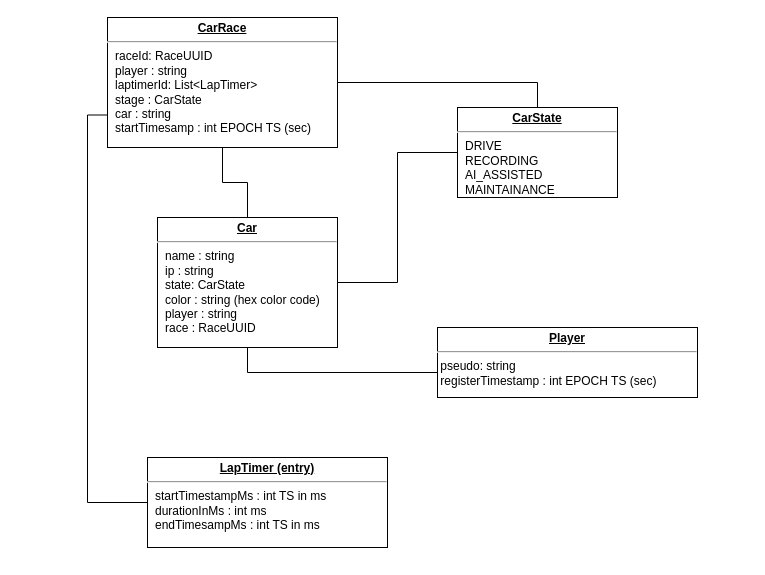
The draw.io diagram doc/donkeycarManager/DataStructure.drawio in mdl29/donkeycarLPH, before the edit. Source tidied: cells renumbered, new cells numbered last; positions are measured from the earlier drawing's top-left corner, leaving out a move shared by most shapes. Both pictures are drawn from the tidied source at 100%, with x=0, y=0 at pixel (107, 17).
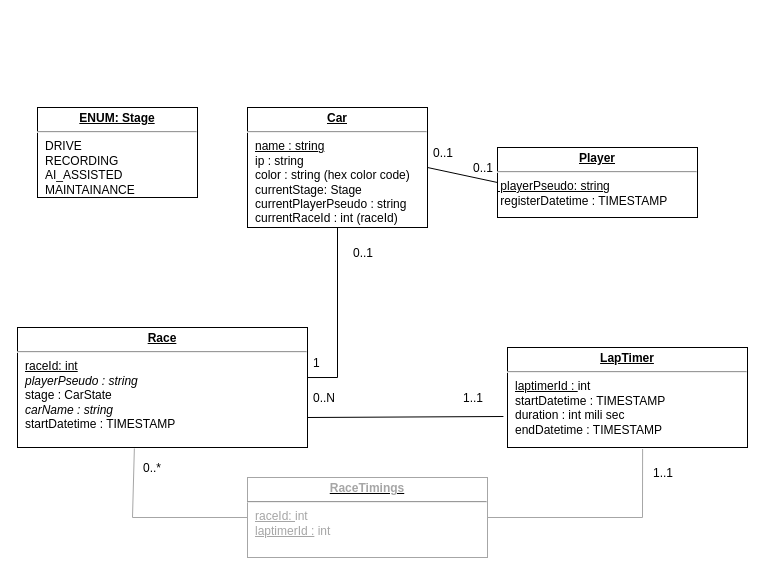
After the change.

What changed in the source:
```diff
@@
-    <mxCell id="2" style="edgeStyle=orthogonalEdgeStyle;rounded=0;jettySize=auto;html=1;exitX=0.5;exitY=1;exitDx=0;exitDy=0;entryX=0;entryY=0.643;entryDx=0;entryDy=0;entryPerimeter=0;endArrow=none;endFill=0;" parent="1" edge="1" source="4" target="6">
-      <mxGeometry relative="1" as="geometry" />
-    </mxCell>
-    <mxCell id="3" style="edgeStyle=orthogonalEdgeStyle;rounded=0;jettySize=auto;html=1;exitX=1;exitY=0.5;exitDx=0;exitDy=0;entryX=0;entryY=0.5;entryDx=0;entryDy=0;endArrow=none;endFill=0;" parent="1" edge="1" source="4" target="5">
-      <mxGeometry relative="1" as="geometry" />
-    </mxCell>
-    <mxCell id="4" value="&lt;p style=&quot;margin:0px;margin-top:4px;text-align:center;text-decoration:underline;&quot;&gt;&lt;b&gt;Car&lt;/b&gt;&lt;br&gt;&lt;/p&gt;&lt;hr&gt;&lt;p style=&quot;margin:0px;margin-left:8px;&quot;&gt;name : string&lt;br&gt;&lt;/p&gt;&lt;p style=&quot;margin:0px;margin-left:8px;&quot;&gt;ip : string&lt;br&gt;state: CarState&lt;br&gt;color : string (hex color code)&lt;/p&gt;&lt;p style=&quot;margin:0px;margin-left:8px;&quot;&gt;player : string&lt;/p&gt;&lt;p style=&quot;margin:0px;margin-left:8px;&quot;&gt;race : RaceUUID&lt;br&gt;&lt;/p&gt;" style="verticalAlign=top;align=left;overflow=fill;fontSize=12;fontFamily=Helvetica;html=1;" parent="1" vertex="1">
-      <mxGeometry x="50" y="200" width="180" height="130" as="geometry" />
+    <mxCell id="4" value="&lt;p style=&quot;margin:0px;margin-top:4px;text-align:center;text-decoration:underline;&quot;&gt;&lt;b&gt;Car&lt;/b&gt;&lt;br&gt;&lt;/p&gt;&lt;hr&gt;&lt;p style=&quot;margin:0px;margin-left:8px;&quot;&gt;&lt;u&gt;name : string&lt;/u&gt;&lt;br&gt;&lt;/p&gt;&lt;p style=&quot;margin:0px;margin-left:8px;&quot;&gt;ip : string&lt;br&gt;color : string (hex color code)&lt;/p&gt;&lt;p style=&quot;margin:0px;margin-left:8px;&quot;&gt;currentStage: Stage&lt;/p&gt;&lt;p style=&quot;margin:0px;margin-left:8px;&quot;&gt;currentPlayerPseudo : string&lt;/p&gt;&lt;p style=&quot;margin:0px;margin-left:8px;&quot;&gt;currentRaceId : int (raceId)&lt;br&gt;&lt;/p&gt;" style="verticalAlign=top;align=left;overflow=fill;fontSize=12;fontFamily=Helvetica;html=1;" parent="1" vertex="1">
+      <mxGeometry x="140" y="90" width="180" height="120" as="geometry" />
     </mxCell>
-    <mxCell id="5" value="&lt;p style=&quot;margin:0px;margin-top:4px;text-align:center;text-decoration:underline;&quot;&gt;&lt;b&gt;CarState&lt;/b&gt;&lt;br&gt;&lt;/p&gt;&lt;hr&gt;&lt;p style=&quot;margin:0px;margin-left:8px;&quot;&gt;DRIVE&lt;br&gt;RECORDING&lt;br&gt;AI_ASSISTED&lt;/p&gt;&lt;p style=&quot;margin:0px;margin-left:8px;&quot;&gt;MAINTAINANCE&lt;br&gt;&lt;/p&gt;" style="verticalAlign=top;align=left;overflow=fill;fontSize=12;fontFamily=Helvetica;html=1;" parent="1" vertex="1">
-      <mxGeometry x="350" y="90" width="160" height="90" as="geometry" />
+    <mxCell id="5" value="&lt;p style=&quot;margin:0px;margin-top:4px;text-align:center;text-decoration:underline;&quot;&gt;&lt;b&gt;ENUM: Stage&lt;/b&gt;&lt;br&gt;&lt;/p&gt;&lt;hr&gt;&lt;p style=&quot;margin:0px;margin-left:8px;&quot;&gt;DRIVE&lt;br&gt;RECORDING&lt;br&gt;AI_ASSISTED&lt;/p&gt;&lt;p style=&quot;margin:0px;margin-left:8px;&quot;&gt;MAINTAINANCE&lt;br&gt;&lt;/p&gt;" style="verticalAlign=top;align=left;overflow=fill;fontSize=12;fontFamily=Helvetica;html=1;" parent="1" vertex="1">
+      <mxGeometry x="-70" y="90" width="160" height="90" as="geometry" />
     </mxCell>
-    <mxCell id="6" value="&lt;p style=&quot;margin:0px;margin-top:4px;text-align:center;text-decoration:underline;&quot;&gt;&lt;b&gt;Player&lt;/b&gt;&lt;br&gt;&lt;/p&gt;&lt;hr&gt;&lt;div&gt;&amp;nbsp;pseudo: string&lt;/div&gt;&lt;div&gt;&amp;nbsp;registerTimestamp : int EPOCH TS (sec)&lt;/div&gt;" style="verticalAlign=top;align=left;overflow=fill;fontSize=12;fontFamily=Helvetica;html=1;" parent="1" vertex="1">
-      <mxGeometry x="330" y="310" width="260" height="70" as="geometry" />
+    <mxCell id="6" value="&lt;p style=&quot;margin:0px;margin-top:4px;text-align:center;text-decoration:underline;&quot;&gt;&lt;b&gt;Player&lt;/b&gt;&lt;br&gt;&lt;/p&gt;&lt;hr&gt;&lt;div&gt;&lt;u&gt;&amp;nbsp;playerPseudo: strin&lt;/u&gt;g&lt;/div&gt;&lt;div&gt;&amp;nbsp;registerDatetime : TIMESTAMP&lt;br&gt;&lt;/div&gt;" style="verticalAlign=top;align=left;overflow=fill;fontSize=12;fontFamily=Helvetica;html=1;" parent="1" vertex="1">
+      <mxGeometry x="390" y="130" width="200" height="70" as="geometry" />
     </mxCell>
-    <mxCell id="7" style="edgeStyle=orthogonalEdgeStyle;rounded=0;jettySize=auto;html=1;exitX=1;exitY=0.5;exitDx=0;exitDy=0;entryX=0.5;entryY=0;entryDx=0;entryDy=0;endArrow=none;endFill=0;" parent="1" edge="1" source="10" target="5">
-      <mxGeometry relative="1" as="geometry" />
-    </mxCell>
-    <mxCell id="8" style="edgeStyle=orthogonalEdgeStyle;rounded=0;jettySize=auto;html=1;exitX=0.5;exitY=1;exitDx=0;exitDy=0;endArrow=none;endFill=0;" parent="1" edge="1" source="10" target="4">
-      <mxGeometry relative="1" as="geometry" />
-    </mxCell>
-    <mxCell id="9" style="edgeStyle=orthogonalEdgeStyle;rounded=0;jettySize=auto;html=1;exitX=0;exitY=0.75;exitDx=0;exitDy=0;entryX=0;entryY=0.5;entryDx=0;entryDy=0;endArrow=none;endFill=0;" parent="1" edge="1" source="10" target="11">
-      <mxGeometry relative="1" as="geometry" />
-    </mxCell>
-    <mxCell id="10" value="&lt;p style=&quot;margin:0px;margin-top:4px;text-align:center;text-decoration:underline;&quot;&gt;&lt;b&gt;CarRace&lt;/b&gt;&lt;br&gt;&lt;/p&gt;&lt;hr&gt;&lt;p style=&quot;margin:0px;margin-left:8px;&quot;&gt;raceId: RaceUUID&lt;br&gt;&lt;/p&gt;&lt;p style=&quot;margin:0px;margin-left:8px;&quot;&gt;player : string&lt;br&gt;laptimerId: List&amp;lt;LapTimer&amp;gt;&lt;br&gt;stage : CarState&lt;br&gt;&lt;/p&gt;&lt;p style=&quot;margin:0px;margin-left:8px;&quot;&gt;car : string&lt;/p&gt;&lt;p style=&quot;margin:0px;margin-left:8px;&quot;&gt;startTimesamp : int EPOCH TS (sec)&lt;br&gt;&lt;/p&gt;" style="verticalAlign=top;align=left;overflow=fill;fontSize=12;fontFamily=Helvetica;html=1;" parent="1" vertex="1">
-      <mxGeometry width="230" height="130" as="geometry" />
+    <mxCell id="10" value="&lt;p style=&quot;margin:0px;margin-top:4px;text-align:center;text-decoration:underline;&quot;&gt;&lt;b&gt;Race&lt;/b&gt;&lt;br&gt;&lt;/p&gt;&lt;hr&gt;&lt;p style=&quot;margin:0px;margin-left:8px;&quot;&gt;&lt;u&gt;raceId: int&lt;/u&gt;&lt;br&gt;&lt;/p&gt;&lt;p style=&quot;margin:0px;margin-left:8px;&quot;&gt;&lt;i&gt;playerPseudo : string&lt;/i&gt;&lt;br&gt;stage : CarState&lt;br&gt;&lt;/p&gt;&lt;p style=&quot;margin:0px;margin-left:8px;&quot;&gt;&lt;i&gt;carName : string&lt;/i&gt;&lt;/p&gt;&lt;p style=&quot;margin:0px;margin-left:8px;&quot;&gt;startDatetime : TIMESTAMP&lt;br&gt;&lt;/p&gt;" style="verticalAlign=top;align=left;overflow=fill;fontSize=12;fontFamily=Helvetica;html=1;" parent="1" vertex="1">
+      <mxGeometry x="-90" y="310" width="290" height="120" as="geometry" />
     </mxCell>
-    <mxCell id="11" value="&lt;p style=&quot;margin:0px;margin-top:4px;text-align:center;text-decoration:underline;&quot;&gt;&lt;b&gt;LapTimer (entry)&lt;/b&gt;&lt;br&gt;&lt;/p&gt;&lt;hr&gt;&lt;p style=&quot;margin:0px;margin-left:8px;&quot;&gt;startTimestampMs : int TS in ms&lt;/p&gt;&lt;p style=&quot;margin:0px;margin-left:8px;&quot;&gt;durationInMs : int ms&lt;/p&gt;&lt;p style=&quot;margin:0px;margin-left:8px;&quot;&gt;endTimesampMs : int TS in ms&lt;br&gt;&lt;/p&gt;" style="verticalAlign=top;align=left;overflow=fill;fontSize=12;fontFamily=Helvetica;html=1;" parent="1" vertex="1">
-      <mxGeometry x="40" y="440" width="240" height="90" as="geometry" />
+    <mxCell id="11" value="&lt;p style=&quot;margin:0px;margin-top:4px;text-align:center;text-decoration:underline;&quot;&gt;&lt;b&gt;LapTimer&lt;/b&gt;&lt;br&gt;&lt;/p&gt;&lt;hr&gt;&lt;p style=&quot;margin:0px;margin-left:8px;&quot;&gt;&lt;u&gt;laptimerId : &lt;/u&gt;int&lt;br&gt;&lt;/p&gt;&lt;p style=&quot;margin:0px;margin-left:8px;&quot;&gt;startDatetime : TIMESTAMP&lt;/p&gt;&lt;p style=&quot;margin:0px;margin-left:8px;&quot;&gt;duration : int mili sec&lt;br&gt;&lt;/p&gt;&lt;p style=&quot;margin:0px;margin-left:8px;&quot;&gt;endDatetime : TIMESTAMP&lt;/p&gt;&lt;p style=&quot;margin:0px;margin-left:8px;&quot;&gt;&lt;br&gt;&lt;/p&gt;" style="verticalAlign=top;align=left;overflow=fill;fontSize=12;fontFamily=Helvetica;html=1;" parent="1" vertex="1">
+      <mxGeometry x="400" y="330" width="240" height="100" as="geometry" />
     </mxCell>
+    <mxCell id="12" value="&lt;p style=&quot;margin:0px;margin-top:4px;text-align:center;text-decoration:underline;&quot;&gt;&lt;font color=&quot;#A6A6A6&quot;&gt;&lt;b&gt;RaceTimings&lt;/b&gt;&lt;br&gt;&lt;/font&gt;&lt;/p&gt;&lt;hr&gt;&lt;p style=&quot;margin:0px;margin-left:8px;&quot;&gt;&lt;font color=&quot;#A6A6A6&quot;&gt;&lt;u&gt;raceId: &lt;/u&gt;int&lt;u&gt;&lt;br&gt;&lt;/u&gt;&lt;/font&gt;&lt;/p&gt;&lt;p style=&quot;margin:0px;margin-left:8px;&quot;&gt;&lt;font color=&quot;#A6A6A6&quot;&gt;&lt;u&gt;laptimerId :&lt;/u&gt; int&lt;br&gt;&lt;/font&gt;&lt;/p&gt;&lt;font color=&quot;#A6A6A6&quot;&gt;&lt;br&gt;&lt;/font&gt;&lt;p style=&quot;margin:0px;margin-left:8px;&quot;&gt;&lt;font color=&quot;#A6A6A6&quot;&gt;&lt;br&gt;&lt;/font&gt;&lt;/p&gt;" style="verticalAlign=top;align=left;overflow=fill;fontSize=12;fontFamily=Helvetica;html=1;strokeColor=#A6A6A6;" parent="1" vertex="1">
+      <mxGeometry x="140" y="460" width="240" height="80" as="geometry" />
+    </mxCell>
+    <mxCell id="13" style="endArrow=none;html=1;rounded=0;entryX=0.403;entryY=1.008;entryDx=0;entryDy=0;exitX=0;exitY=0.5;exitDx=0;exitDy=0;strokeColor=#A6A6A6;entryPerimeter=0;" parent="1" edge="1" source="12" target="10">
+      <mxGeometry relative="1" as="geometry">
+        <Array as="points">
+          <mxPoint x="25" y="500" />
+        </Array>
+      </mxGeometry>
+    </mxCell>
+    <mxCell id="14" style="endArrow=none;html=1;rounded=0;entryX=0.563;entryY=1.015;entryDx=0;entryDy=0;exitX=1;exitY=0.5;exitDx=0;exitDy=0;entryPerimeter=0;strokeColor=#A6A6A6;" parent="1" edge="1" source="12" target="11">
+      <mxGeometry relative="1" as="geometry">
+        <Array as="points">
+          <mxPoint x="535" y="500" />
+        </Array>
+      </mxGeometry>
+    </mxCell>
+    <mxCell id="8" style="endArrow=none;html=1;rounded=0;exitX=1;exitY=0.417;exitDx=0;exitDy=0;exitPerimeter=0;entryX=0.5;entryY=1;entryDx=0;entryDy=0;" parent="1" edge="1" source="10" target="4">
+      <mxGeometry relative="1" as="geometry">
+        <Array as="points">
+          <mxPoint x="230" y="360" />
+        </Array>
+      </mxGeometry>
+    </mxCell>
+    <mxCell id="2" style="endArrow=none;html=1;rounded=0;entryX=0;entryY=0.5;entryDx=0;entryDy=0;exitX=1;exitY=0.5;exitDx=0;exitDy=0;" parent="1" edge="1" source="4" target="6">
+      <mxGeometry relative="1" as="geometry" />
+    </mxCell>
+    <mxCell id="15" value="0..1" style="text;strokeColor=none;fillColor=none;align=left;verticalAlign=middle;spacingLeft=4;spacingRight=4;overflow=hidden;" parent="1" vertex="1">
+      <mxGeometry x="360" y="135" width="40" height="30" as="geometry" />
+    </mxCell>
+    <mxCell id="16" value="0..1" style="text;strokeColor=none;fillColor=none;align=left;verticalAlign=middle;spacingLeft=4;spacingRight=4;overflow=hidden;" parent="1" vertex="1">
+      <mxGeometry x="320" y="120" width="40" height="30" as="geometry" />
+    </mxCell>
+    <mxCell id="17" value="0..1" style="text;strokeColor=none;fillColor=none;align=left;verticalAlign=middle;spacingLeft=4;spacingRight=4;overflow=hidden;" parent="1" vertex="1">
+      <mxGeometry x="240" y="220" width="40" height="30" as="geometry" />
+    </mxCell>
+    <mxCell id="18" value="1" style="text;strokeColor=none;fillColor=none;align=left;verticalAlign=middle;spacingLeft=4;spacingRight=4;overflow=hidden;" parent="1" vertex="1">
+      <mxGeometry x="200" y="330" width="40" height="30" as="geometry" />
+    </mxCell>
+    <mxCell id="19" value="0..*" style="text;strokeColor=none;fillColor=none;align=left;verticalAlign=middle;spacingLeft=4;spacingRight=4;overflow=hidden;" parent="1" vertex="1">
+      <mxGeometry x="30" y="440" width="40" height="20" as="geometry" />
+    </mxCell>
+    <mxCell id="20" value="1..1" style="text;strokeColor=none;fillColor=none;align=left;verticalAlign=middle;spacingLeft=4;spacingRight=4;overflow=hidden;" parent="1" vertex="1">
+      <mxGeometry x="540" y="440" width="40" height="30" as="geometry" />
+    </mxCell>
+    <mxCell id="9" style="endArrow=none;html=1;rounded=0;fontColor=#A6A6A6;strokeColor=#000000;exitX=1;exitY=0.75;exitDx=0;exitDy=0;entryX=-0.017;entryY=0.69;entryDx=0;entryDy=0;entryPerimeter=0;" parent="1" edge="1" source="10" target="11">
+      <mxGeometry relative="1" as="geometry" />
+    </mxCell>
+    <mxCell id="21" value="1..1" style="text;strokeColor=none;fillColor=none;align=left;verticalAlign=middle;spacingLeft=4;spacingRight=4;overflow=hidden;" parent="1" vertex="1">
+      <mxGeometry x="350" y="365" width="40" height="30" as="geometry" />
+    </mxCell>
+    <mxCell id="22" value="0..N" style="text;strokeColor=none;fillColor=none;align=left;verticalAlign=middle;spacingLeft=4;spacingRight=4;overflow=hidden;" parent="1" vertex="1">
+      <mxGeometry x="200" y="365" width="40" height="30" as="geometry" />
+    </mxCell>
```
